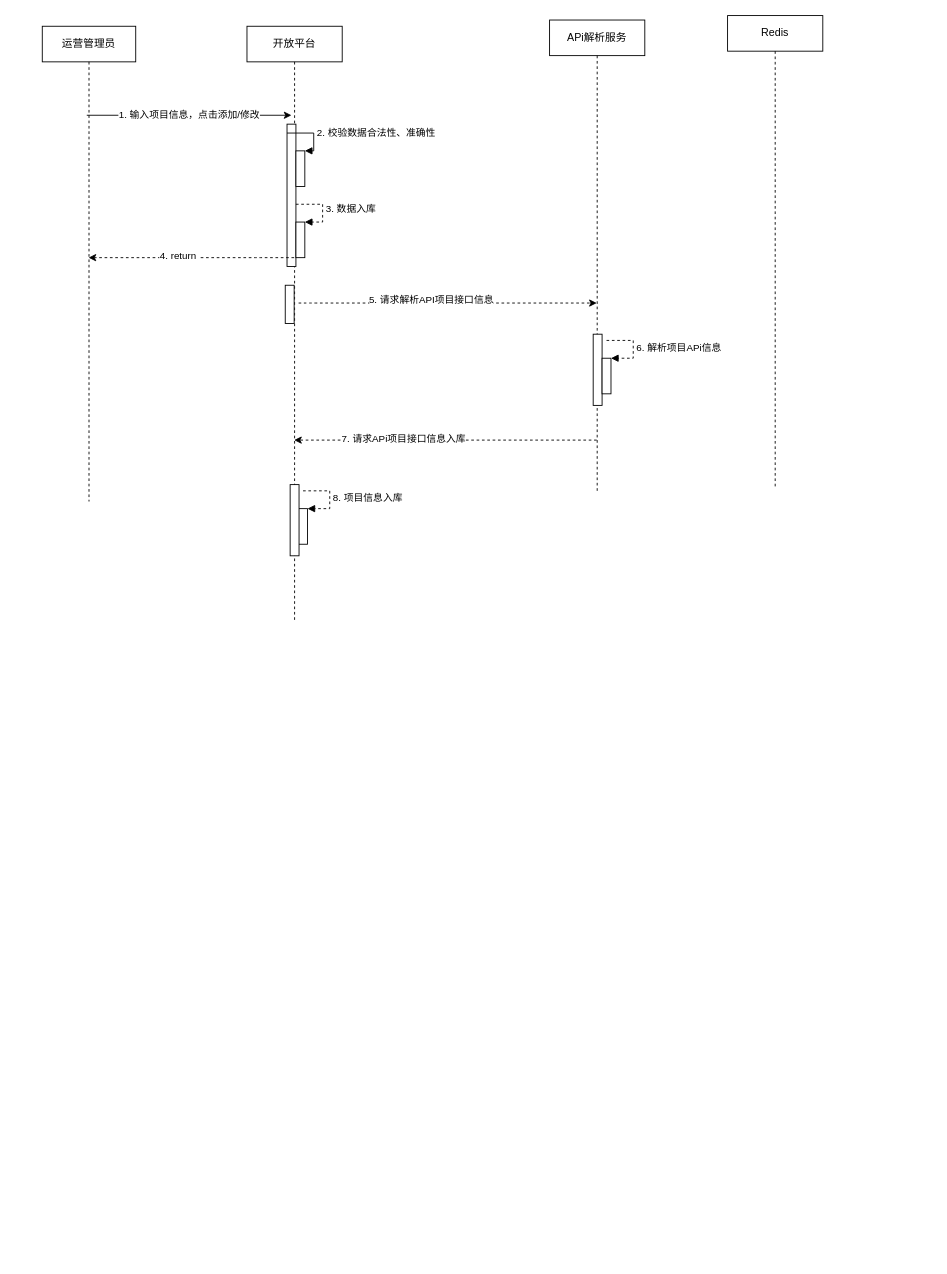
Before: 开放平台添加项目功能.drawio in laowang-cloud/diagrams, a draw.io diagram. Source tidied: cells renumbered, new cells numbered last; positions are measured from the earlier drawing's top-left corner, leaving out a move shared by most shapes. Both pictures are drawn from the tidied source at 89%, with x=0, y=0 at pixel (42, 15).
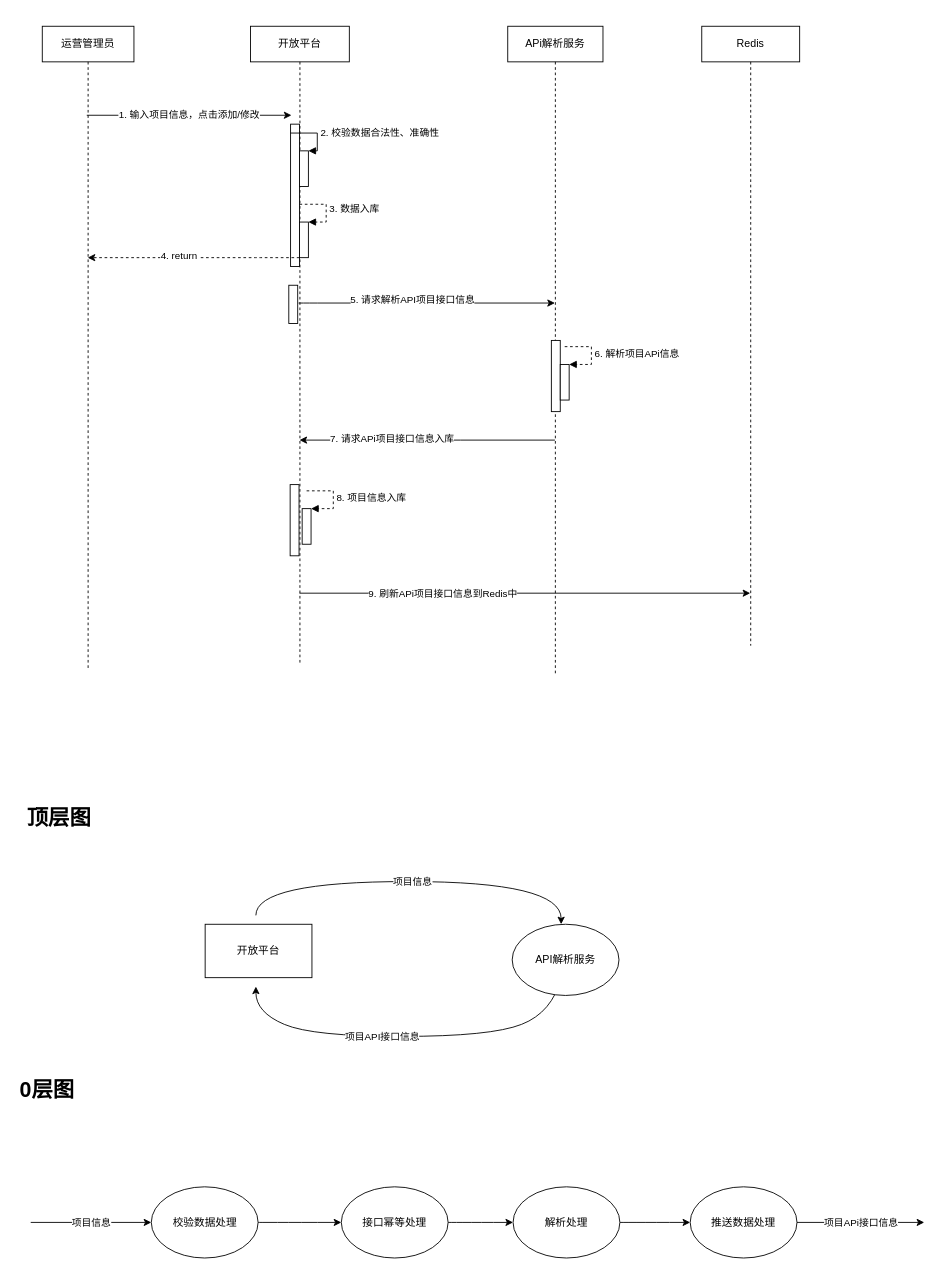
Above is the later version.

Commit message:
更新开放平台添加项目功能.drawio

What changed in the source:
```diff
@@
     <mxCell id="2" value="运营管理员" style="shape=umlLifeline;perimeter=lifelinePerimeter;whiteSpace=wrap;html=1;outlineConnect=0;" parent="1" vertex="1">
-      <mxGeometry y="12" width="105" height="534" as="geometry" />
+      <mxGeometry y="12" width="103" height="724" as="geometry" />
     </mxCell>
     <mxCell id="3" value="&lt;span&gt;开放平台&lt;/span&gt;" style="shape=umlLifeline;perimeter=lifelinePerimeter;whiteSpace=wrap;html=1;outlineConnect=0;" parent="1" vertex="1">
-      <mxGeometry x="230" y="12" width="107" height="667" as="geometry" />
+      <mxGeometry x="234" y="12" width="111" height="715" as="geometry" />
     </mxCell>
@@
     <mxCell id="12" value="&lt;span&gt;Redis&lt;/span&gt;" style="shape=umlLifeline;perimeter=lifelinePerimeter;whiteSpace=wrap;html=1;outlineConnect=0;" parent="1" vertex="1">
-      <mxGeometry x="770" width="107" height="530" as="geometry" />
+      <mxGeometry x="741" y="12" width="110" height="696" as="geometry" />
     </mxCell>
@@
     <mxCell id="16" value="APi解析服务" style="shape=umlLifeline;perimeter=lifelinePerimeter;whiteSpace=wrap;html=1;outlineConnect=0;" parent="1" vertex="1">
-      <mxGeometry x="570" y="5" width="107" height="530" as="geometry" />
+      <mxGeometry x="523" y="12" width="107" height="727" as="geometry" />
     </mxCell>
@@
-    <mxCell id="20" style="endArrow=classic;html=1;dashed=1;" parent="1" edge="1" target="16">
+    <mxCell id="20" style="endArrow=classic;html=1;" parent="1" edge="1" target="16">
       <mxGeometry relative="1" as="geometry">
         <mxPoint x="288" y="323" as="sourcePoint" />
         <Array as="points">
           <mxPoint x="299" y="323" />
         </Array>
       </mxGeometry>
     </mxCell>
@@
-    <mxCell id="22" style="endArrow=classic;html=1;dashed=1;" parent="1" edge="1" source="16" target="3">
+    <mxCell id="22" style="endArrow=classic;html=1;" parent="1" edge="1" source="16" target="3">
       <mxGeometry relative="1" as="geometry">
         <Array as="points">
           <mxPoint x="460" y="477" />
         </Array>
       </mxGeometry>
     </mxCell>
@@
+    <mxCell id="25" style="endArrow=classic;html=1;" parent="1" edge="1" source="3" target="12">
+      <mxGeometry relative="1" as="geometry">
+        <Array as="points">
+          <mxPoint x="483" y="649" />
+        </Array>
+      </mxGeometry>
+    </mxCell>
+    <mxCell id="26" value="9. 刷新APi项目接口信息到Redis中" style="edgeLabel;html=1;align=center;verticalAlign=middle;" parent="25" vertex="1">
+      <mxGeometry x="-0.37" relative="1" as="geometry" />
+    </mxCell>
+    <mxCell id="27" style="edgeStyle=orthogonalEdgeStyle;rounded=0;orthogonalLoop=1;jettySize=auto;html=1;curved=1;" parent="1" edge="1">
+      <mxGeometry relative="1" as="geometry">
+        <mxPoint x="240" y="1011" as="sourcePoint" />
+        <mxPoint x="583" y="1021" as="targetPoint" />
+        <Array as="points">
+          <mxPoint x="240" y="973" />
+          <mxPoint x="583" y="973" />
+        </Array>
+      </mxGeometry>
+    </mxCell>
+    <mxCell id="28" value="项目信息" style="edgeLabel;html=1;align=center;verticalAlign=middle;" parent="27" vertex="1">
+      <mxGeometry x="-0.01" y="1" relative="1" as="geometry">
+        <mxPoint x="1" as="offset" />
+      </mxGeometry>
+    </mxCell>
+    <mxCell id="29" style="curved=1;endArrow=classic;html=1;exitX=0.5;exitY=1;exitDx=0;exitDy=0;" parent="1" edge="1">
+      <mxGeometry relative="1" as="geometry">
+        <mxPoint x="583" y="1081" as="sourcePoint" />
+        <mxPoint x="240" y="1091" as="targetPoint" />
+        <Array as="points">
+          <mxPoint x="573" y="1120" />
+          <mxPoint x="504" y="1147" />
+          <mxPoint x="304" y="1147" />
+          <mxPoint x="240" y="1120" />
+        </Array>
+      </mxGeometry>
+    </mxCell>
+    <mxCell id="30" value="项目API接口信息" style="edgeLabel;html=1;align=center;verticalAlign=middle;" parent="29" vertex="1">
+      <mxGeometry x="0.15" relative="1" as="geometry" />
+    </mxCell>
+    <mxCell id="31" value="&lt;h1&gt;顶层图&lt;/h1&gt;" style="text;html=1;strokeColor=none;fillColor=none;spacing=5;spacingTop=-20;whiteSpace=wrap;overflow=hidden;rounded=0;" parent="1" vertex="1">
+      <mxGeometry x="-22" y="882" width="190" height="120" as="geometry" />
+    </mxCell>
+    <mxCell id="32" value="&lt;h1&gt;0层图&lt;/h1&gt;" style="text;html=1;strokeColor=none;fillColor=none;spacing=5;spacingTop=-20;whiteSpace=wrap;overflow=hidden;rounded=0;" parent="1" vertex="1">
+      <mxGeometry x="-30" y="1188" width="190" height="120" as="geometry" />
+    </mxCell>
+    <mxCell id="33" style="edgeStyle=orthogonalEdgeStyle;curved=1;rounded=0;jettySize=auto;html=1;" parent="1" edge="1" source="34" target="39">
+      <mxGeometry relative="1" as="geometry" />
+    </mxCell>
+    <mxCell id="34" value="校验数据处理" style="ellipse;whiteSpace=wrap;html=1;" parent="1" vertex="1">
+      <mxGeometry x="122.5" y="1316" width="120" height="80" as="geometry" />
+    </mxCell>
+    <mxCell id="35" value="开放平台" style="rounded=0;whiteSpace=wrap;html=1;" parent="1" vertex="1">
+      <mxGeometry x="183" y="1021" width="120" height="60" as="geometry" />
+    </mxCell>
+    <mxCell id="36" value="API解析服务" style="ellipse;whiteSpace=wrap;html=1;" parent="1" vertex="1">
+      <mxGeometry x="528" y="1021" width="120" height="80" as="geometry" />
+    </mxCell>
+    <mxCell id="37" value="项目信息" style="endArrow=classic;html=1;" parent="1" edge="1" target="34">
+      <mxGeometry relative="1" as="geometry">
+        <mxPoint x="-13" y="1356" as="sourcePoint" />
+      </mxGeometry>
+    </mxCell>
+    <mxCell id="38" style="edgeStyle=orthogonalEdgeStyle;curved=1;rounded=0;jettySize=auto;html=1;" parent="1" edge="1" source="39" target="41">
+      <mxGeometry relative="1" as="geometry" />
+    </mxCell>
+    <mxCell id="39" value="接口幂等处理" style="ellipse;whiteSpace=wrap;html=1;" parent="1" vertex="1">
+      <mxGeometry x="336" y="1316" width="120" height="80" as="geometry" />
+    </mxCell>
+    <mxCell id="40" style="edgeStyle=orthogonalEdgeStyle;curved=1;rounded=0;jettySize=auto;html=1;entryX=0;entryY=0.5;entryDx=0;entryDy=0;" parent="1" edge="1" source="41" target="42">
+      <mxGeometry relative="1" as="geometry" />
+    </mxCell>
+    <mxCell id="41" value="解析处理" style="ellipse;whiteSpace=wrap;html=1;" parent="1" vertex="1">
+      <mxGeometry x="529" y="1316" width="120" height="80" as="geometry" />
+    </mxCell>
+    <mxCell id="42" value="推送数据处理" style="ellipse;whiteSpace=wrap;html=1;" parent="1" vertex="1">
+      <mxGeometry x="728" y="1316" width="120" height="80" as="geometry" />
+    </mxCell>
+    <mxCell id="43" value="项目APi接口信息" style="endArrow=classic;html=1;exitX=1;exitY=0.5;exitDx=0;exitDy=0;" parent="1" edge="1" source="42">
+      <mxGeometry relative="1" as="geometry">
+        <mxPoint x="991" y="1356" as="targetPoint" />
+      </mxGeometry>
+    </mxCell>
```
